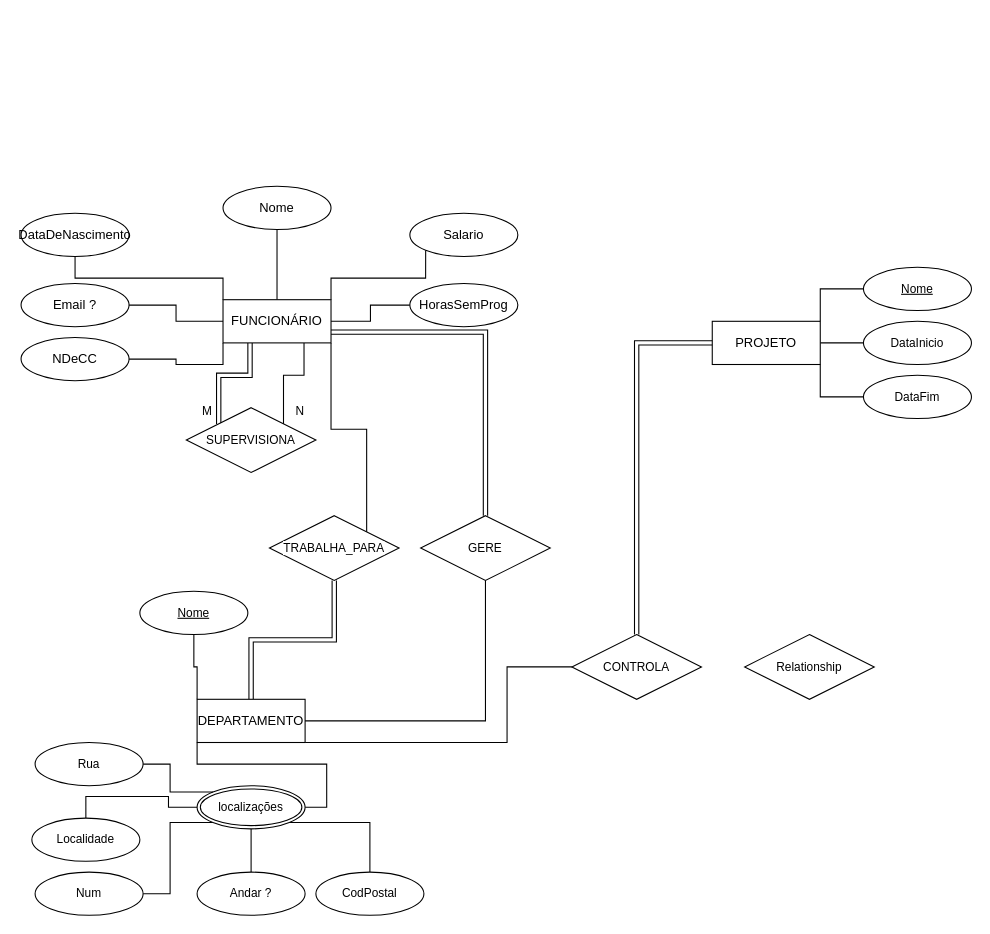
MarceloPalamaryuk/Analise-de-Sistemas keeps this draw.io diagram as BD empresa.drawio. Above is the earlier version. Source tidied: cells renumbered, new cells numbered last; positions are measured from the earlier drawing's top-left corner, leaving out a move shared by most shapes. Both pictures are drawn from the tidied source at 108%, with x=0, y=0 at pixel (21, 186).
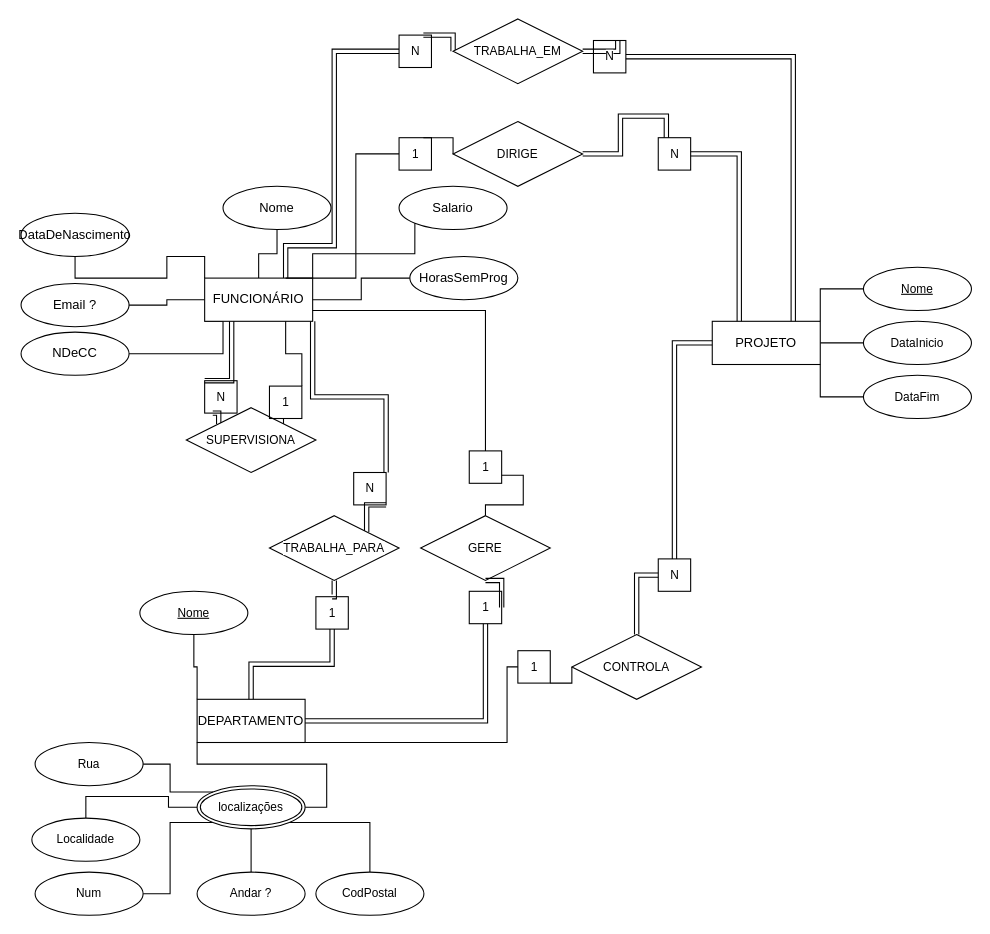
Above is the later version.

The change refers to these unchanged cells:
```xml
<mxCell id="16" value="DEPARTAMENTO" style="whiteSpace=wrap;html=1;align=center;" parent="1" vertex="1">
  <mxGeometry x="163" y="475" width="100" height="40" as="geometry" />
</mxCell>
<mxCell id="18" value="PROJETO" style="whiteSpace=wrap;html=1;align=center;" parent="1" vertex="1">
  <mxGeometry x="640" y="125" width="100" height="40" as="geometry" />
</mxCell>
<mxCell id="43" value="SUPERVISIONA" style="shape=rhombus;perimeter=rhombusPerimeter;whiteSpace=wrap;html=1;align=center;fontFamily=Helvetica;fontSize=11;fontColor=default;labelBackgroundColor=default;" parent="1" vertex="1">
  <mxGeometry x="153" y="205" width="120" height="60" as="geometry" />
</mxCell>
<mxCell id="44" value="TRABALHA_PARA" style="shape=rhombus;perimeter=rhombusPerimeter;whiteSpace=wrap;html=1;align=center;fontFamily=Helvetica;fontSize=11;fontColor=default;labelBackgroundColor=default;" parent="1" vertex="1">
  <mxGeometry x="230" y="305" width="120" height="60" as="geometry" />
</mxCell>
<mxCell id="46" value="GERE" style="shape=rhombus;perimeter=rhombusPerimeter;whiteSpace=wrap;html=1;align=center;fontFamily=Helvetica;fontSize=11;fontColor=default;labelBackgroundColor=default;" parent="1" vertex="1">
  <mxGeometry x="370" y="305" width="120" height="60" as="geometry" />
</mxCell>
<mxCell id="48" value="CONTROLA" style="shape=rhombus;perimeter=rhombusPerimeter;whiteSpace=wrap;html=1;align=center;fontFamily=Helvetica;fontSize=11;fontColor=default;labelBackgroundColor=default;" parent="1" vertex="1">
  <mxGeometry x="510" y="415" width="120" height="60" as="geometry" />
</mxCell>
```

What changed in the source:
```diff
@@
     <mxCell id="2" style="edgeStyle=orthogonalEdgeStyle;rounded=0;jettySize=auto;html=1;exitX=0;exitY=1;exitDx=0;exitDy=0;entryX=1;entryY=0.5;entryDx=0;entryDy=0;endArrow=none;endFill=0;" parent="1" edge="1" source="11" target="19">
-      <mxGeometry relative="1" as="geometry" />
+      <mxGeometry relative="1" as="geometry">
+        <Array as="points">
+          <mxPoint x="187" y="155" />
+        </Array>
+      </mxGeometry>
     </mxCell>
@@
-    <mxCell id="7" style="edgeStyle=orthogonalEdgeStyle;shape=connector;rounded=0;jettySize=auto;html=1;exitX=0.75;exitY=1;exitDx=0;exitDy=0;entryX=1;entryY=0;entryDx=0;entryDy=0;strokeColor=default;align=center;verticalAlign=middle;fontFamily=Helvetica;fontSize=11;fontColor=default;labelBackgroundColor=default;endArrow=none;endFill=0;" parent="1" edge="1" source="11" target="43">
+    <mxCell id="7" style="edgeStyle=orthogonalEdgeStyle;shape=connector;rounded=0;jettySize=auto;html=1;exitX=0.75;exitY=1;exitDx=0;exitDy=0;entryX=1;entryY=0;entryDx=0;entryDy=0;strokeColor=default;align=center;verticalAlign=middle;fontFamily=Helvetica;fontSize=11;fontColor=default;labelBackgroundColor=default;endArrow=none;endFill=0;" parent="1" edge="1" source="51" target="43">
       <mxGeometry relative="1" as="geometry" />
     </mxCell>
-    <mxCell id="8" style="edgeStyle=orthogonalEdgeStyle;shape=link;rounded=0;jettySize=auto;html=1;exitX=0.25;exitY=1;exitDx=0;exitDy=0;entryX=0;entryY=0;entryDx=0;entryDy=0;strokeColor=default;align=center;verticalAlign=middle;fontFamily=Helvetica;fontSize=11;fontColor=default;labelBackgroundColor=default;endArrow=none;endFill=0;" parent="1" edge="1" source="11" target="43">
+    <mxCell id="8" style="edgeStyle=orthogonalEdgeStyle;shape=link;rounded=0;jettySize=auto;html=1;exitX=0.25;exitY=1;exitDx=0;exitDy=0;entryX=0;entryY=0;entryDx=0;entryDy=0;strokeColor=default;align=center;verticalAlign=middle;fontFamily=Helvetica;fontSize=11;fontColor=default;labelBackgroundColor=default;endArrow=none;endFill=0;" parent="1" edge="1" source="50" target="43">
       <mxGeometry relative="1" as="geometry" />
     </mxCell>
-    <mxCell id="9" style="edgeStyle=orthogonalEdgeStyle;shape=connector;rounded=0;jettySize=auto;html=1;exitX=1;exitY=1;exitDx=0;exitDy=0;entryX=1;entryY=0;entryDx=0;entryDy=0;strokeColor=default;align=center;verticalAlign=middle;fontFamily=Helvetica;fontSize=11;fontColor=default;labelBackgroundColor=default;endArrow=none;endFill=0;" parent="1" edge="1" source="11" target="44">
+    <mxCell id="9" style="edgeStyle=orthogonalEdgeStyle;shape=link;rounded=0;jettySize=auto;html=1;exitX=1;exitY=1;exitDx=0;exitDy=0;entryX=1;entryY=0;entryDx=0;entryDy=0;strokeColor=default;align=center;verticalAlign=middle;fontFamily=Helvetica;fontSize=11;fontColor=default;labelBackgroundColor=default;endArrow=none;endFill=0;" parent="1" edge="1" source="64" target="44">
       <mxGeometry relative="1" as="geometry" />
     </mxCell>
-    <mxCell id="10" style="edgeStyle=orthogonalEdgeStyle;shape=link;rounded=0;jettySize=auto;html=1;exitX=1;exitY=0.75;exitDx=0;exitDy=0;entryX=0.5;entryY=0;entryDx=0;entryDy=0;strokeColor=default;align=center;verticalAlign=middle;fontFamily=Helvetica;fontSize=11;fontColor=default;labelBackgroundColor=default;endArrow=none;endFill=0;" parent="1" edge="1" source="11" target="46">
+    <mxCell id="10" style="edgeStyle=orthogonalEdgeStyle;rounded=0;jettySize=auto;html=1;exitX=1;exitY=0.75;exitDx=0;exitDy=0;entryX=0.5;entryY=0;entryDx=0;entryDy=0;strokeColor=default;align=center;verticalAlign=middle;fontFamily=Helvetica;fontSize=11;fontColor=default;labelBackgroundColor=default;endArrow=none;endFill=0;" parent="1" edge="1" source="62" target="46">
       <mxGeometry relative="1" as="geometry" />
     </mxCell>
+    <mxCell id="52" style="edgeStyle=orthogonalEdgeStyle;rounded=0;jettySize=auto;html=1;exitX=0.75;exitY=0;exitDx=0;exitDy=0;entryX=0;entryY=0.5;entryDx=0;entryDy=0;endArrow=none;endFill=0;" parent="1" edge="1" source="70" target="49">
+      <mxGeometry relative="1" as="geometry" />
+    </mxCell>
+    <mxCell id="53" style="edgeStyle=orthogonalEdgeStyle;shape=link;rounded=0;jettySize=auto;html=1;exitX=0.75;exitY=0;exitDx=0;exitDy=0;entryX=0;entryY=0.5;entryDx=0;entryDy=0;strokeColor=default;align=center;verticalAlign=middle;fontFamily=Helvetica;fontSize=11;fontColor=default;labelBackgroundColor=default;endArrow=none;endFill=0;" parent="1" edge="1" source="76" target="74">
+      <mxGeometry relative="1" as="geometry">
+        <Array as="points">
+          <mxPoint x="400" y="-140" />
+        </Array>
+      </mxGeometry>
+    </mxCell>
     <mxCell id="11" value="FUNCIONÁRIO" style="whiteSpace=wrap;html=1;align=center;" parent="1" vertex="1">
-      <mxGeometry x="187" y="105" width="100" height="40" as="geometry" />
+      <mxGeometry x="170" y="85" width="100" height="40" as="geometry" />
     </mxCell>
@@
-    <mxCell id="14" style="edgeStyle=orthogonalEdgeStyle;shape=link;rounded=0;jettySize=auto;html=1;exitX=0.5;exitY=0;exitDx=0;exitDy=0;entryX=0.5;entryY=1;entryDx=0;entryDy=0;strokeColor=default;align=center;verticalAlign=middle;fontFamily=Helvetica;fontSize=11;fontColor=default;labelBackgroundColor=default;endArrow=none;endFill=0;" parent="1" edge="1" source="16" target="44">
+    <mxCell id="14" style="edgeStyle=orthogonalEdgeStyle;shape=link;rounded=0;jettySize=auto;html=1;exitX=0.5;exitY=0;exitDx=0;exitDy=0;entryX=0.5;entryY=1;entryDx=0;entryDy=0;strokeColor=default;align=center;verticalAlign=middle;fontFamily=Helvetica;fontSize=11;fontColor=default;labelBackgroundColor=default;endArrow=none;endFill=0;" parent="1" edge="1" source="66" target="44">
       <mxGeometry relative="1" as="geometry" />
     </mxCell>
-    <mxCell id="15" style="edgeStyle=orthogonalEdgeStyle;shape=connector;rounded=0;jettySize=auto;html=1;exitX=1;exitY=1;exitDx=0;exitDy=0;entryX=0;entryY=0.5;entryDx=0;entryDy=0;strokeColor=default;align=center;verticalAlign=middle;fontFamily=Helvetica;fontSize=11;fontColor=default;labelBackgroundColor=default;endArrow=none;endFill=0;" parent="1" edge="1" source="16" target="48">
-      <mxGeometry relative="1" as="geometry">
-        <Array as="points">
-          <mxPoint x="450" y="515" />
-          <mxPoint x="450" y="445" />
-        </Array>
-      </mxGeometry>
+    <mxCell id="15" style="edgeStyle=orthogonalEdgeStyle;shape=connector;rounded=0;jettySize=auto;html=1;exitX=1;exitY=1;exitDx=0;exitDy=0;entryX=0;entryY=0.5;entryDx=0;entryDy=0;strokeColor=default;align=center;verticalAlign=middle;fontFamily=Helvetica;fontSize=11;fontColor=default;labelBackgroundColor=default;endArrow=none;endFill=0;" parent="1" edge="1" source="58" target="48">
+      <mxGeometry relative="1" as="geometry" />
     </mxCell>
@@
+    <mxCell id="54" style="edgeStyle=orthogonalEdgeStyle;rounded=0;jettySize=auto;html=1;exitX=0.25;exitY=0;exitDx=0;exitDy=0;entryX=1;entryY=0.5;entryDx=0;entryDy=0;endArrow=none;endFill=0;shape=link;" parent="1" edge="1" source="72" target="49">
+      <mxGeometry relative="1" as="geometry" />
+    </mxCell>
@@
     <mxCell id="19" value="NDeCC" style="ellipse;whiteSpace=wrap;html=1;align=center;" parent="1" vertex="1">
-      <mxGeometry y="140" width="100" height="40" as="geometry" />
+      <mxGeometry y="135" width="100" height="40" as="geometry" />
     </mxCell>
@@
     <mxCell id="23" value="Salario" style="ellipse;whiteSpace=wrap;html=1;align=center;" parent="1" vertex="1">
-      <mxGeometry x="360" y="25" width="100" height="40" as="geometry" />
+      <mxGeometry x="350" width="100" height="40" as="geometry" />
     </mxCell>
@@
     <mxCell id="25" value="HorasSemProg" style="ellipse;whiteSpace=wrap;html=1;align=center;" parent="1" vertex="1">
-      <mxGeometry x="360" y="90" width="100" height="40" as="geometry" />
+      <mxGeometry x="360" y="65" width="100" height="40" as="geometry" />
     </mxCell>
@@
-    <mxCell id="45" style="edgeStyle=orthogonalEdgeStyle;shape=connector;rounded=0;jettySize=auto;html=1;exitX=0.5;exitY=1;exitDx=0;exitDy=0;entryX=1;entryY=0.5;entryDx=0;entryDy=0;strokeColor=default;align=center;verticalAlign=middle;fontFamily=Helvetica;fontSize=11;fontColor=default;labelBackgroundColor=default;endArrow=none;endFill=0;" parent="1" edge="1" source="46" target="16">
+    <mxCell id="45" style="edgeStyle=orthogonalEdgeStyle;shape=link;rounded=0;jettySize=auto;html=1;exitX=0.5;exitY=1;exitDx=0;exitDy=0;entryX=1;entryY=0.5;entryDx=0;entryDy=0;strokeColor=default;align=center;verticalAlign=middle;fontFamily=Helvetica;fontSize=11;fontColor=default;labelBackgroundColor=default;endArrow=none;endFill=0;" parent="1" edge="1" source="60" target="16">
       <mxGeometry relative="1" as="geometry" />
     </mxCell>
@@
-    <mxCell id="47" style="edgeStyle=orthogonalEdgeStyle;shape=link;rounded=0;jettySize=auto;html=1;exitX=0.5;exitY=0;exitDx=0;exitDy=0;entryX=0;entryY=0.5;entryDx=0;entryDy=0;strokeColor=default;align=center;verticalAlign=middle;fontFamily=Helvetica;fontSize=11;fontColor=default;labelBackgroundColor=default;endArrow=none;endFill=0;width=4;" parent="1" edge="1" source="48" target="18">
+    <mxCell id="47" style="edgeStyle=orthogonalEdgeStyle;shape=link;rounded=0;jettySize=auto;html=1;exitX=0.5;exitY=0;exitDx=0;exitDy=0;entryX=0;entryY=0.5;entryDx=0;entryDy=0;strokeColor=default;align=center;verticalAlign=middle;fontFamily=Helvetica;fontSize=11;fontColor=default;labelBackgroundColor=default;endArrow=none;endFill=0;width=4;" parent="1" edge="1" source="56" target="18">
       <mxGeometry relative="1" as="geometry" />
     </mxCell>
@@
-    <mxCell id="49" value="Relationship" style="shape=rhombus;perimeter=rhombusPerimeter;whiteSpace=wrap;html=1;align=center;fontFamily=Helvetica;fontSize=11;fontColor=default;labelBackgroundColor=default;" parent="1" vertex="1">
-      <mxGeometry x="670" y="415" width="120" height="60" as="geometry" />
+    <mxCell id="49" value="DIRIGE" style="shape=rhombus;perimeter=rhombusPerimeter;whiteSpace=wrap;html=1;align=center;fontFamily=Helvetica;fontSize=11;fontColor=default;labelBackgroundColor=default;" parent="1" vertex="1">
+      <mxGeometry x="400" y="-60" width="120" height="60" as="geometry" />
     </mxCell>
+    <mxCell id="55" style="edgeStyle=orthogonalEdgeStyle;shape=link;rounded=0;jettySize=auto;html=1;exitX=0.5;exitY=0;exitDx=0;exitDy=0;entryX=0;entryY=0.5;entryDx=0;entryDy=0;strokeColor=default;align=center;verticalAlign=middle;fontFamily=Helvetica;fontSize=11;fontColor=default;labelBackgroundColor=default;endArrow=none;endFill=0;width=4;" parent="1" edge="1" source="48" target="56">
+      <mxGeometry relative="1" as="geometry" />
+    </mxCell>
+    <mxCell id="56" value="N" style="text;html=1;align=center;verticalAlign=middle;points=[];strokeColor=default;fillColor=none;fontFamily=Helvetica;fontSize=11;fontColor=default;labelBackgroundColor=default;" parent="1" vertex="1">
+      <mxGeometry x="590" y="345" width="30" height="30" as="geometry" />
+    </mxCell>
+    <mxCell id="57" style="edgeStyle=orthogonalEdgeStyle;shape=connector;rounded=0;jettySize=auto;html=1;exitX=1;exitY=1;exitDx=0;exitDy=0;entryX=0;entryY=0.5;entryDx=0;entryDy=0;strokeColor=default;align=center;verticalAlign=middle;fontFamily=Helvetica;fontSize=11;fontColor=default;labelBackgroundColor=default;endArrow=none;endFill=0;" parent="1" edge="1" source="16" target="58">
+      <mxGeometry relative="1" as="geometry">
+        <Array as="points">
+          <mxPoint x="450" y="515" />
+          <mxPoint x="450" y="445" />
+        </Array>
+      </mxGeometry>
+    </mxCell>
+    <mxCell id="58" value="1" style="text;html=1;align=center;verticalAlign=middle;points=[];strokeColor=default;fillColor=none;fontFamily=Helvetica;fontSize=11;fontColor=default;labelBackgroundColor=default;" parent="1" vertex="1">
+      <mxGeometry x="460" y="430" width="30" height="30" as="geometry" />
+    </mxCell>
+    <mxCell id="59" style="edgeStyle=orthogonalEdgeStyle;shape=link;rounded=0;jettySize=auto;html=1;exitX=0.5;exitY=1;exitDx=0;exitDy=0;entryX=1;entryY=0.5;entryDx=0;entryDy=0;strokeColor=default;align=center;verticalAlign=middle;fontFamily=Helvetica;fontSize=11;fontColor=default;labelBackgroundColor=default;endArrow=none;endFill=0;" parent="1" edge="1" source="46" target="60">
+      <mxGeometry relative="1" as="geometry" />
+    </mxCell>
+    <mxCell id="60" value="1" style="text;html=1;align=center;verticalAlign=middle;points=[];strokeColor=default;fillColor=none;fontFamily=Helvetica;fontSize=11;fontColor=default;labelBackgroundColor=default;" parent="1" vertex="1">
+      <mxGeometry x="415" y="375" width="30" height="30" as="geometry" />
+    </mxCell>
+    <mxCell id="61" style="edgeStyle=orthogonalEdgeStyle;rounded=0;jettySize=auto;html=1;exitX=1;exitY=0.75;exitDx=0;exitDy=0;entryX=0.5;entryY=0;entryDx=0;entryDy=0;strokeColor=default;align=center;verticalAlign=middle;fontFamily=Helvetica;fontSize=11;fontColor=default;labelBackgroundColor=default;endArrow=none;endFill=0;" parent="1" edge="1" source="11" target="62">
+      <mxGeometry relative="1" as="geometry" />
+    </mxCell>
+    <mxCell id="62" value="1" style="text;html=1;align=center;verticalAlign=middle;points=[];strokeColor=default;fillColor=none;fontFamily=Helvetica;fontSize=11;fontColor=default;labelBackgroundColor=default;" parent="1" vertex="1">
+      <mxGeometry x="415" y="245" width="30" height="30" as="geometry" />
+    </mxCell>
+    <mxCell id="63" style="edgeStyle=orthogonalEdgeStyle;shape=link;rounded=0;jettySize=auto;html=1;exitX=1;exitY=1;exitDx=0;exitDy=0;entryX=1;entryY=0;entryDx=0;entryDy=0;strokeColor=default;align=center;verticalAlign=middle;fontFamily=Helvetica;fontSize=11;fontColor=default;labelBackgroundColor=default;endArrow=none;endFill=0;" parent="1" edge="1" source="11" target="64">
+      <mxGeometry relative="1" as="geometry" />
+    </mxCell>
+    <mxCell id="64" value="N" style="text;html=1;align=center;verticalAlign=middle;points=[];strokeColor=default;fillColor=none;fontFamily=Helvetica;fontSize=11;fontColor=default;labelBackgroundColor=default;" parent="1" vertex="1">
+      <mxGeometry x="308" y="265" width="30" height="30" as="geometry" />
+    </mxCell>
+    <mxCell id="65" style="edgeStyle=orthogonalEdgeStyle;shape=link;rounded=0;jettySize=auto;html=1;exitX=0.5;exitY=0;exitDx=0;exitDy=0;entryX=0.5;entryY=1;entryDx=0;entryDy=0;strokeColor=default;align=center;verticalAlign=middle;fontFamily=Helvetica;fontSize=11;fontColor=default;labelBackgroundColor=default;endArrow=none;endFill=0;" parent="1" edge="1" source="16" target="66">
+      <mxGeometry relative="1" as="geometry" />
+    </mxCell>
+    <mxCell id="66" value="1" style="text;html=1;align=center;verticalAlign=middle;points=[];strokeColor=default;fillColor=none;fontFamily=Helvetica;fontSize=11;fontColor=default;labelBackgroundColor=default;" parent="1" vertex="1">
+      <mxGeometry x="273" y="380" width="30" height="30" as="geometry" />
+    </mxCell>
+    <mxCell id="67" style="edgeStyle=orthogonalEdgeStyle;shape=connector;rounded=0;jettySize=auto;html=1;exitX=0.75;exitY=1;exitDx=0;exitDy=0;entryX=1;entryY=0;entryDx=0;entryDy=0;strokeColor=default;align=center;verticalAlign=middle;fontFamily=Helvetica;fontSize=11;fontColor=default;labelBackgroundColor=default;endArrow=none;endFill=0;" parent="1" edge="1" source="11" target="51">
+      <mxGeometry relative="1" as="geometry" />
+    </mxCell>
+    <mxCell id="51" value="1" style="text;html=1;align=center;verticalAlign=middle;points=[];strokeColor=default;fillColor=none;fontFamily=Helvetica;fontSize=11;fontColor=default;labelBackgroundColor=default;" parent="1" vertex="1">
+      <mxGeometry x="230" y="185" width="30" height="30" as="geometry" />
+    </mxCell>
+    <mxCell id="68" style="edgeStyle=orthogonalEdgeStyle;shape=link;rounded=0;jettySize=auto;html=1;exitX=0.25;exitY=1;exitDx=0;exitDy=0;entryX=0;entryY=0;entryDx=0;entryDy=0;strokeColor=default;align=center;verticalAlign=middle;fontFamily=Helvetica;fontSize=11;fontColor=default;labelBackgroundColor=default;endArrow=none;endFill=0;" parent="1" edge="1" source="11" target="50">
+      <mxGeometry relative="1" as="geometry">
+        <Array as="points">
+          <mxPoint x="195" y="180" />
+        </Array>
+      </mxGeometry>
+    </mxCell>
-    <mxCell id="50" value="M" style="text;html=1;align=center;verticalAlign=middle;points=[];strokeColor=none;fillColor=none;fontFamily=Helvetica;fontSize=11;fontColor=default;labelBackgroundColor=default;" parent="1" vertex="1">
-      <mxGeometry x="157" y="193" width="30" height="30" as="geometry" />
+    <mxCell id="50" value="N" style="text;html=1;align=center;verticalAlign=middle;points=[];strokeColor=default;fillColor=none;fontFamily=Helvetica;fontSize=11;fontColor=default;labelBackgroundColor=default;" parent="1" vertex="1">
+      <mxGeometry x="170" y="180" width="30" height="30" as="geometry" />
     </mxCell>
-    <mxCell id="51" value="N" style="text;html=1;align=center;verticalAlign=middle;points=[];strokeColor=none;fillColor=none;fontFamily=Helvetica;fontSize=11;fontColor=default;labelBackgroundColor=default;" parent="1" vertex="1">
-      <mxGeometry x="243" y="193" width="30" height="30" as="geometry" />
-    </mxCell>
+    <mxCell id="69" style="edgeStyle=orthogonalEdgeStyle;rounded=0;jettySize=auto;html=1;exitX=0.75;exitY=0;exitDx=0;exitDy=0;entryX=0;entryY=0.5;entryDx=0;entryDy=0;endArrow=none;endFill=0;" parent="1" edge="1" source="11" target="70">
+      <mxGeometry relative="1" as="geometry">
+        <Array as="points">
+          <mxPoint x="310" y="85" />
+          <mxPoint x="310" y="-30" />
+        </Array>
+      </mxGeometry>
+    </mxCell>
+    <mxCell id="70" value="1" style="text;html=1;align=center;verticalAlign=middle;points=[];strokeColor=default;fillColor=none;fontFamily=Helvetica;fontSize=11;fontColor=default;labelBackgroundColor=default;" parent="1" vertex="1">
+      <mxGeometry x="350" y="-45" width="30" height="30" as="geometry" />
+    </mxCell>
+    <mxCell id="71" style="edgeStyle=orthogonalEdgeStyle;rounded=0;jettySize=auto;html=1;exitX=0.25;exitY=0;exitDx=0;exitDy=0;entryX=1;entryY=0.5;entryDx=0;entryDy=0;endArrow=none;endFill=0;shape=link;" parent="1" edge="1" source="18" target="72">
+      <mxGeometry relative="1" as="geometry" />
+    </mxCell>
+    <mxCell id="72" value="N" style="text;html=1;align=center;verticalAlign=middle;points=[];strokeColor=default;fillColor=none;fontFamily=Helvetica;fontSize=11;fontColor=default;labelBackgroundColor=default;" parent="1" vertex="1">
+      <mxGeometry x="590" y="-45" width="30" height="30" as="geometry" />
+    </mxCell>
+    <mxCell id="73" style="edgeStyle=orthogonalEdgeStyle;shape=link;rounded=0;jettySize=auto;html=1;exitX=1;exitY=0.5;exitDx=0;exitDy=0;entryX=0.75;entryY=0;entryDx=0;entryDy=0;strokeColor=default;align=center;verticalAlign=middle;fontFamily=Helvetica;fontSize=11;fontColor=default;labelBackgroundColor=default;endArrow=none;endFill=0;" parent="1" edge="1" source="78" target="18">
+      <mxGeometry relative="1" as="geometry" />
+    </mxCell>
+    <mxCell id="74" value="TRABALHA_EM" style="shape=rhombus;perimeter=rhombusPerimeter;whiteSpace=wrap;html=1;align=center;fontFamily=Helvetica;fontSize=11;fontColor=default;labelBackgroundColor=default;" parent="1" vertex="1">
+      <mxGeometry x="400" y="-155" width="120" height="60" as="geometry" />
+    </mxCell>
+    <mxCell id="75" style="edgeStyle=orthogonalEdgeStyle;shape=link;rounded=0;jettySize=auto;html=1;exitX=0.75;exitY=0;exitDx=0;exitDy=0;entryX=0;entryY=0.5;entryDx=0;entryDy=0;strokeColor=default;align=center;verticalAlign=middle;fontFamily=Helvetica;fontSize=11;fontColor=default;labelBackgroundColor=default;endArrow=none;endFill=0;" parent="1" edge="1" source="11" target="76">
+      <mxGeometry relative="1" as="geometry">
+        <Array as="points">
+          <mxPoint x="245" y="55" />
+          <mxPoint x="290" y="55" />
+          <mxPoint x="290" y="-125" />
+        </Array>
+      </mxGeometry>
+    </mxCell>
+    <mxCell id="76" value="N" style="text;html=1;align=center;verticalAlign=middle;points=[];strokeColor=default;fillColor=none;fontFamily=Helvetica;fontSize=11;fontColor=default;labelBackgroundColor=default;" parent="1" vertex="1">
+      <mxGeometry x="350" y="-140" width="30" height="30" as="geometry" />
+    </mxCell>
+    <mxCell id="77" style="edgeStyle=orthogonalEdgeStyle;shape=link;rounded=0;jettySize=auto;html=1;exitX=1;exitY=0.5;exitDx=0;exitDy=0;entryX=0.75;entryY=0;entryDx=0;entryDy=0;strokeColor=default;align=center;verticalAlign=middle;fontFamily=Helvetica;fontSize=11;fontColor=default;labelBackgroundColor=default;endArrow=none;endFill=0;" parent="1" edge="1" source="74" target="78">
+      <mxGeometry relative="1" as="geometry" />
+    </mxCell>
+    <mxCell id="78" value="N" style="text;html=1;align=center;verticalAlign=middle;points=[];strokeColor=default;fillColor=none;fontFamily=Helvetica;fontSize=11;fontColor=default;labelBackgroundColor=default;" parent="1" vertex="1">
+      <mxGeometry x="530" y="-135" width="30" height="30" as="geometry" />
+    </mxCell>
```
